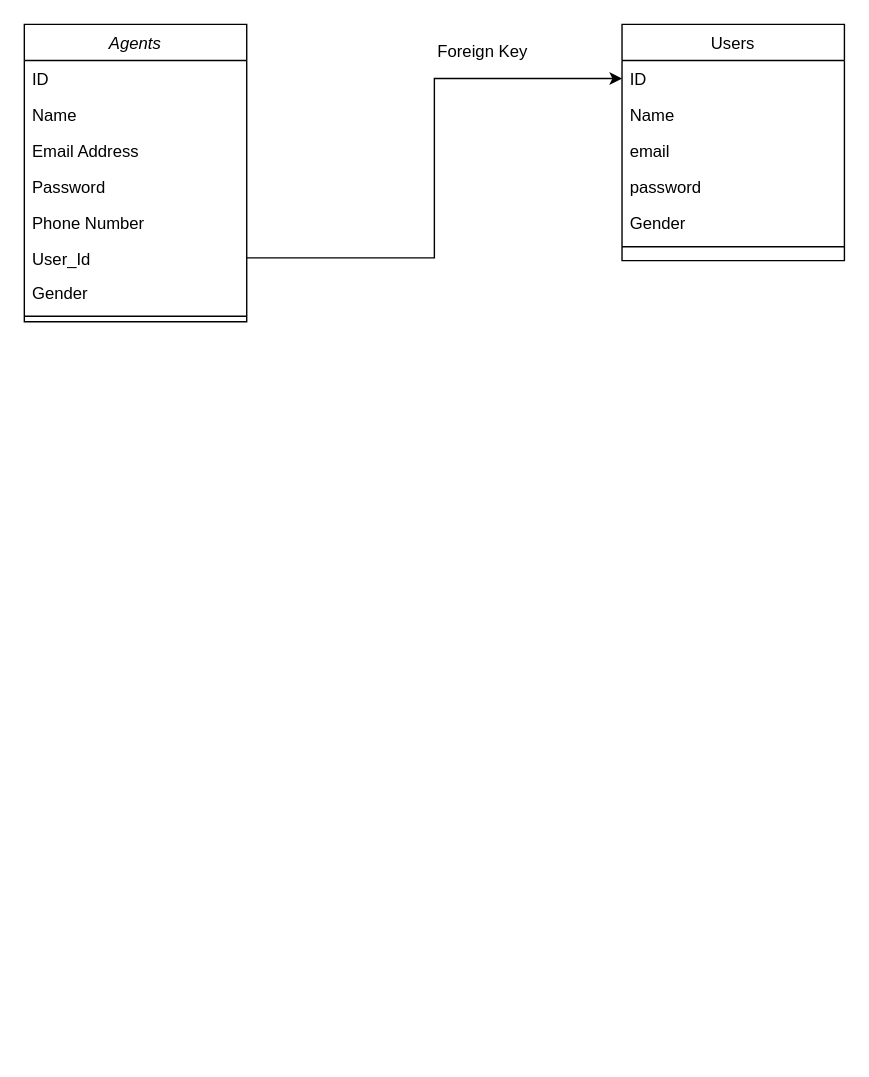
This is web_static/Untitled Diagram.drawio from kevin-ada/AirBnB_clone, a draw.io file, before an edit. Source tidied: cells renumbered, new cells numbered last; positions are measured from the earlier drawing's top-left corner, leaving out a move shared by most shapes. Both pictures are drawn from the tidied source at 139%, with x=0, y=0 at pixel (24, 24).
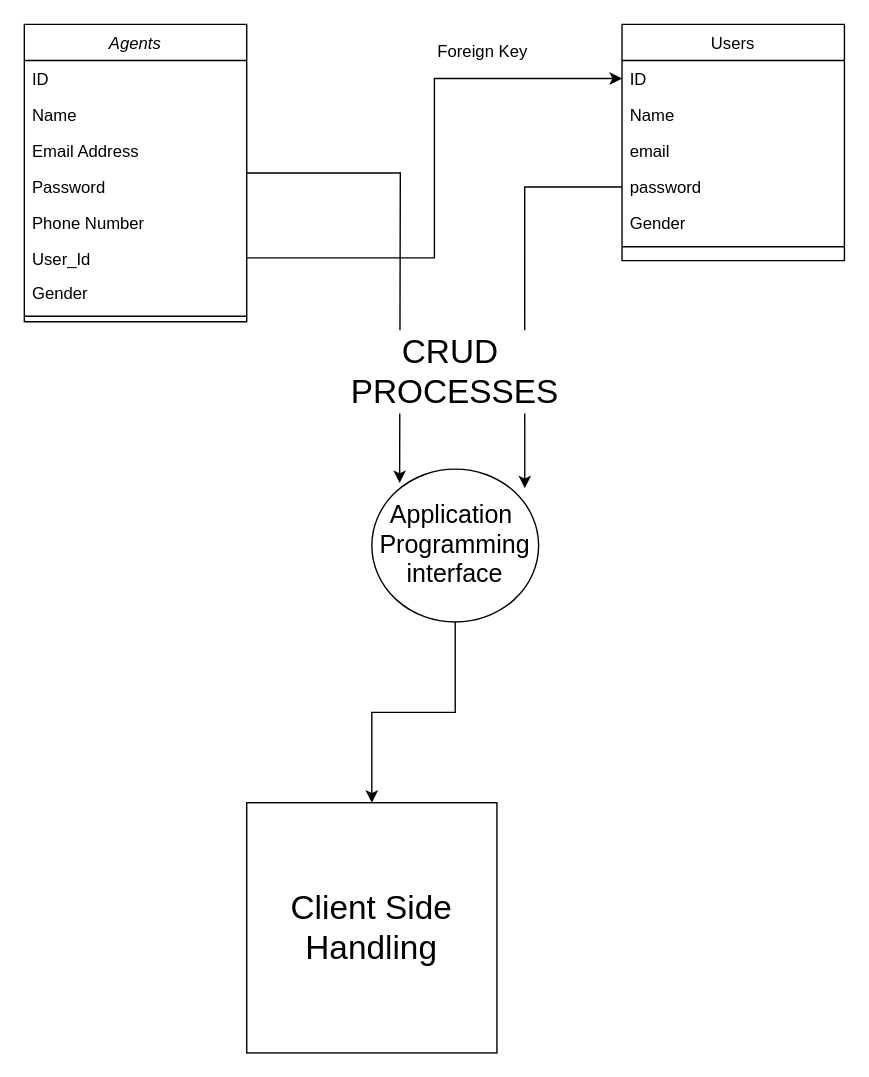
The same diagram, later.

Unchanged cells that the change refers to:
```xml
<mxCell id="3" value="Agents" style="swimlane;fontStyle=2;align=center;verticalAlign=top;horizontal=1;startSize=26;rounded=0;shadow=0;strokeWidth=1;" parent="1" vertex="1">
  <mxGeometry width="160" height="214" as="geometry" />
</mxCell>
<mxCell id="16" value="password" style="text;align=left;verticalAlign=top;spacingLeft=4;spacingRight=4;overflow=hidden;points=[[0,0.5],[1,0.5]];portConstraint=eastwest;rounded=0;shadow=0;html=0;" parent="12" vertex="1">
  <mxGeometry y="104" width="160" height="26" as="geometry" />
</mxCell>
```

What changed in the source:
```diff
@@
-<mxGraphModel>
+<mxGraphModel background="#ffffff">
@@
+    <mxCell id="20" style="edgeStyle=orthogonalEdgeStyle;rounded=0;jettySize=auto;html=1;" parent="1" edge="1" source="3">
+      <mxGeometry relative="1" as="geometry">
+        <mxPoint x="270" y="330" as="targetPoint" />
+      </mxGeometry>
+    </mxCell>
@@
-    <mxCell id="11" style="line;html=1;strokeWidth=1;align=left;verticalAlign=middle;spacingTop=-1;spacingLeft=3;spacingRight=3;labelPosition=right;" parent="3" vertex="1">
-      <mxGeometry y="206" width="160" height="8" as="geometry" />
-    </mxCell>
@@
+    <mxCell id="11" style="line;html=1;strokeWidth=1;align=left;verticalAlign=middle;spacingTop=-1;spacingLeft=3;spacingRight=3;labelPosition=right;" parent="1" vertex="1">
+      <mxGeometry y="206" width="160" height="8" as="geometry" />
+    </mxCell>
+    <mxCell id="21" style="edgeStyle=orthogonalEdgeStyle;rounded=0;jettySize=auto;html=1;" parent="1" edge="1" source="22" target="25">
+      <mxGeometry relative="1" as="geometry" />
+    </mxCell>
+    <mxCell id="22" value="&lt;font style=&quot;font-size: 18px;&quot;&gt;Application&amp;nbsp; Programming interface&lt;/font&gt;" style="ellipse;whiteSpace=wrap;html=1;" parent="1" vertex="1">
+      <mxGeometry x="250" y="320" width="120" height="110" as="geometry" />
+    </mxCell>
+    <mxCell id="23" style="edgeStyle=orthogonalEdgeStyle;rounded=0;jettySize=auto;html=1;entryX=0.917;entryY=0.125;entryDx=0;entryDy=0;entryPerimeter=0;" parent="1" edge="1" source="16" target="22">
+      <mxGeometry relative="1" as="geometry" />
+    </mxCell>
+    <mxCell id="24" value="&lt;font style=&quot;font-size: 24px;&quot;&gt;CRUD&amp;nbsp; PROCESSES&lt;/font&gt;" style="rounded=1;whiteSpace=wrap;html=1;strokeColor=none;" parent="1" vertex="1">
+      <mxGeometry x="250" y="220" width="120" height="60" as="geometry" />
+    </mxCell>
+    <mxCell id="25" value="&lt;font style=&quot;font-size: 24px;&quot;&gt;Client Side Handling&lt;/font&gt;" style="whiteSpace=wrap;html=1;" parent="1" vertex="1">
+      <mxGeometry x="160" y="560" width="180" height="180" as="geometry" />
+    </mxCell>
```
